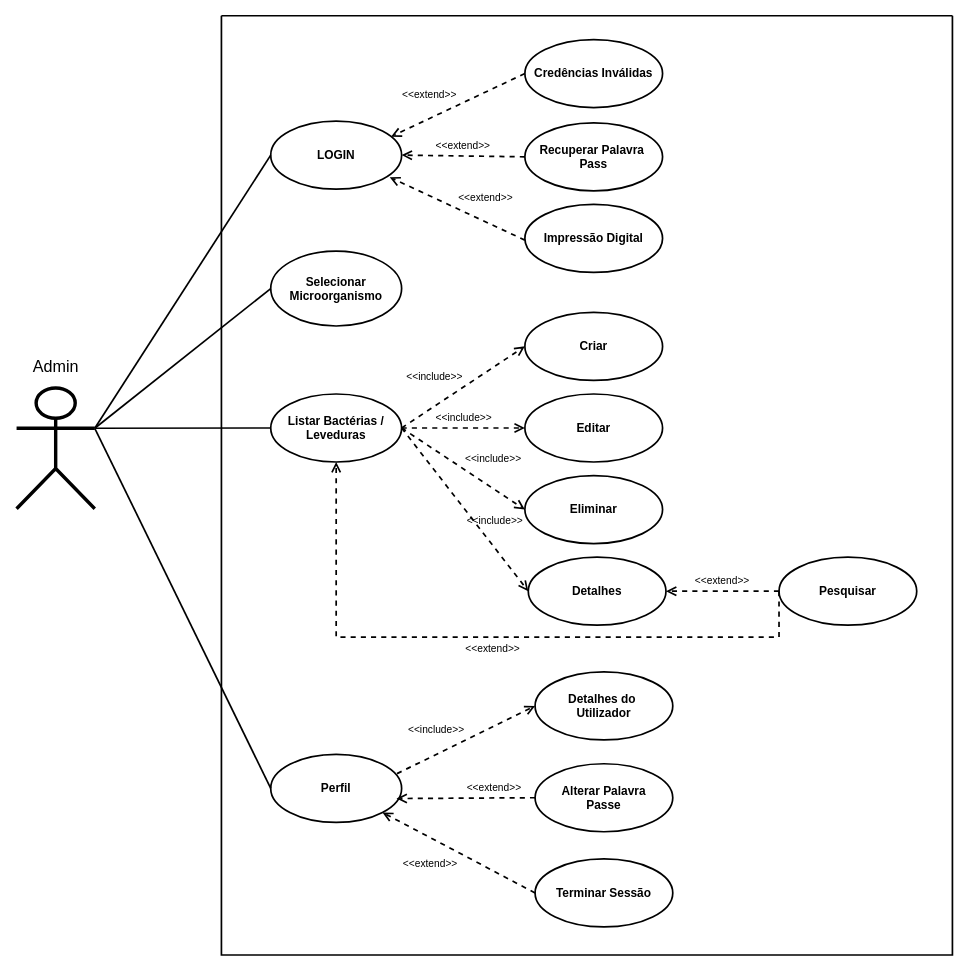
The draw.io diagram AdminUseCase.drawio in CarvalhoDaStreet/Diagrams, before the edit. Source tidied: cells renumbered, new cells numbered last; positions are measured from the earlier drawing's top-left corner, leaving out a move shared by most shapes. Both pictures are drawn from the tidied source at 85%, with x=0, y=0 at pixel (16, 15).
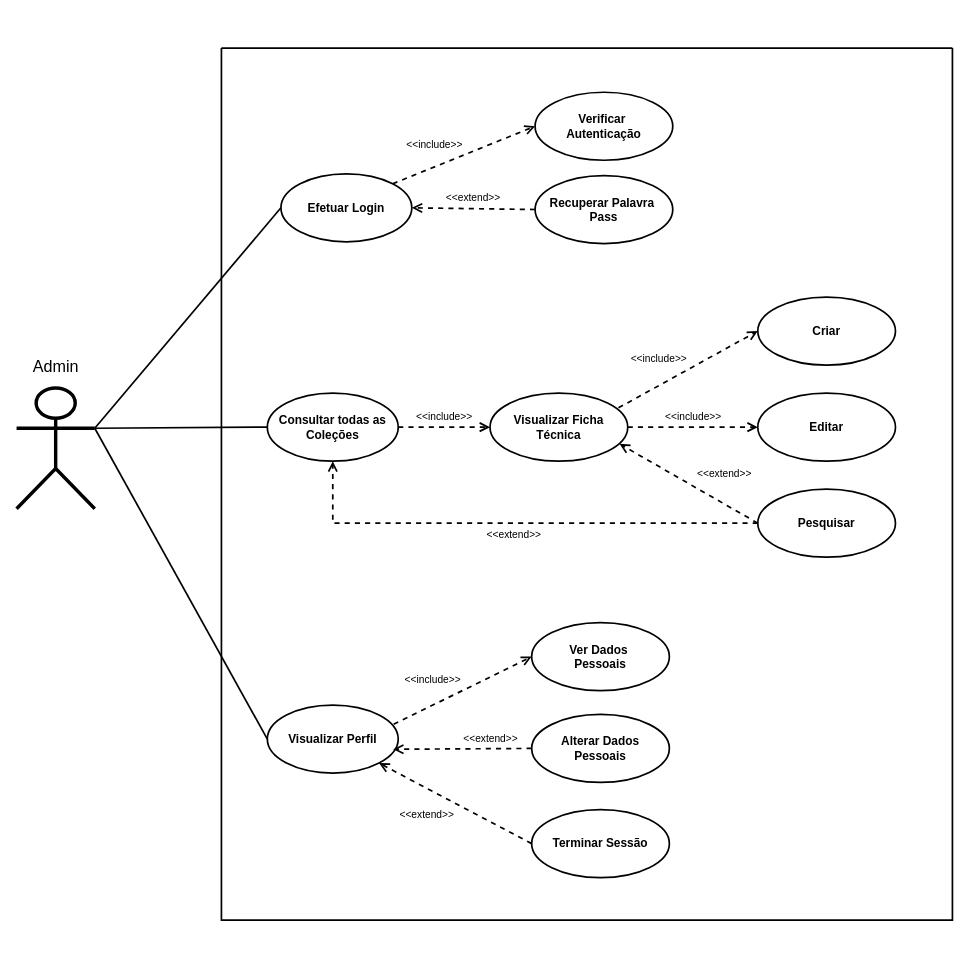
The same page after the edit.

The change refers to these unchanged cells:
```xml
<mxCell id="30" value="&lt;div&gt;&lt;br&gt;&lt;/div&gt;Admin" style="shape=umlActor;verticalLabelPosition=top;verticalAlign=bottom;html=1;outlineConnect=0;strokeWidth=4;labelPosition=center;align=center;spacingTop=3;spacingBottom=4;fontSize=19;fontStyle=0;spacing=8;perimeterSpacing=0;labelBackgroundColor=none;labelBorderColor=none;fillColor=none;" parent="1" vertex="1">
  <mxGeometry y="438" width="92" height="142" as="geometry" />
</mxCell>
```

The edit, as a diff of the source:
```diff
@@
     <mxCell id="2" style="swimlane;startSize=0;strokeWidth=2;rounded=1;swimlaneLine=0;fillColor=none;labelBackgroundColor=none;perimeterSpacing=2;" parent="1" vertex="1">
-      <mxGeometry x="241" width="860" height="1105" as="geometry" />
+      <mxGeometry x="241" y="38" width="860" height="1026" as="geometry" />
     </mxCell>
-    <mxCell id="3" value="LOGIN" style="ellipse;whiteSpace=wrap;html=1;fillColor=none;strokeWidth=2;fontSize=14;fontStyle=1;labelBackgroundColor=none;" parent="2" vertex="1">
-      <mxGeometry x="58" y="124" width="154" height="80" as="geometry" />
+    <mxCell id="3" value="Efetuar Login" style="ellipse;whiteSpace=wrap;html=1;fillColor=none;strokeWidth=2;fontSize=14;fontStyle=1;labelBackgroundColor=none;" parent="2" vertex="1">
+      <mxGeometry x="70" y="148" width="154" height="80" as="geometry" />
     </mxCell>
-    <mxCell id="4" value="Selecionar Microorganismo" style="ellipse;whiteSpace=wrap;fillColor=none;strokeWidth=2;fontSize=14;fontStyle=1;html=1;align=center;labelBackgroundColor=none;" parent="2" vertex="1">
-      <mxGeometry x="58" y="277" width="154" height="88" as="geometry" />
-    </mxCell>
-    <mxCell id="5" value="Listar Bactérias / Leveduras" style="ellipse;whiteSpace=wrap;html=1;fillColor=none;strokeWidth=2;fontSize=14;fontStyle=1;labelBackgroundColor=none;" parent="2" vertex="1">
-      <mxGeometry x="58" y="445" width="154" height="80" as="geometry" />
+    <mxCell id="5" value="Consultar todas as&lt;div&gt;Coleções&lt;/div&gt;" style="ellipse;whiteSpace=wrap;html=1;fillColor=none;strokeWidth=2;fontSize=14;fontStyle=1;labelBackgroundColor=none;" parent="2" vertex="1">
+      <mxGeometry x="54" y="406" width="154" height="80" as="geometry" />
     </mxCell>
-    <mxCell id="6" value="Perfil" style="ellipse;whiteSpace=wrap;html=1;fillColor=none;strokeWidth=2;fontSize=14;fontStyle=1;labelBackgroundColor=none;" parent="2" vertex="1">
-      <mxGeometry x="58" y="869" width="154" height="80" as="geometry" />
+    <mxCell id="6" value="Visualizar Perfil" style="ellipse;whiteSpace=wrap;html=1;fillColor=none;strokeWidth=2;fontSize=14;fontStyle=1;labelBackgroundColor=none;" parent="2" vertex="1">
+      <mxGeometry x="54" y="773" width="154" height="80" as="geometry" />
     </mxCell>
-    <mxCell id="7" value="Credências Inválidas" style="ellipse;whiteSpace=wrap;html=1;fillColor=none;strokeWidth=2;fontSize=14;fontStyle=1;labelBackgroundColor=none;" parent="2" vertex="1">
-      <mxGeometry x="357" y="28" width="162" height="80" as="geometry" />
+    <mxCell id="7" value="Verificar&amp;nbsp;&lt;div&gt;Autenticação&lt;/div&gt;" style="ellipse;whiteSpace=wrap;html=1;fillColor=none;strokeWidth=2;fontSize=14;fontStyle=1;labelBackgroundColor=none;" parent="2" vertex="1">
+      <mxGeometry x="369" y="52" width="162" height="80" as="geometry" />
     </mxCell>
-    <mxCell id="8" value="&amp;lt;&amp;lt;extend&amp;gt;&amp;gt;" style="endArrow=open;startArrow=none;endFill=0;startFill=0;endSize=8;html=1;verticalAlign=bottom;dashed=1;labelBackgroundColor=none;rounded=0;strokeWidth=2;exitX=0;exitY=0.5;exitDx=0;exitDy=0;entryX=0.919;entryY=0.228;entryDx=0;entryDy=0;fontColor=default;spacingBottom=3;labelPosition=left;verticalLabelPosition=top;align=right;entryPerimeter=0;fontSize=12;" parent="2" edge="1" source="7" target="3">
-      <mxGeometry relative="1" as="geometry" />
-    </mxCell>
     <mxCell id="9" value="Recuperar Palavra&amp;nbsp;&lt;div&gt;Pass&lt;/div&gt;" style="ellipse;whiteSpace=wrap;html=1;fillColor=none;strokeWidth=2;fontSize=14;fontStyle=1;labelBackgroundColor=none;" parent="2" vertex="1">
-      <mxGeometry x="357" y="126" width="162" height="80" as="geometry" />
+      <mxGeometry x="369" y="150" width="162" height="80" as="geometry" />
     </mxCell>
@@
-    <mxCell id="11" value="Impressão Digital" style="ellipse;whiteSpace=wrap;html=1;fillColor=none;strokeWidth=2;fontSize=14;fontStyle=1;labelBackgroundColor=none;" parent="2" vertex="1">
-      <mxGeometry x="357" y="222" width="162" height="80" as="geometry" />
-    </mxCell>
-    <mxCell id="12" value="&amp;lt;&amp;lt;extend&amp;gt;&amp;gt;" style="endArrow=open;startArrow=none;endFill=0;startFill=0;endSize=8;html=1;verticalAlign=bottom;dashed=1;labelBackgroundColor=none;rounded=0;strokeWidth=2;exitX=0;exitY=0.5;exitDx=0;exitDy=0;entryX=0.909;entryY=0.825;entryDx=0;entryDy=0;fontColor=default;spacingBottom=3;entryPerimeter=0;labelPosition=right;verticalLabelPosition=top;align=left;fontSize=12;" parent="2" edge="1" target="3">
-      <mxGeometry relative="1" as="geometry">
-        <mxPoint x="357" y="264" as="sourcePoint" />
-      </mxGeometry>
-    </mxCell>
     <mxCell id="13" value="Criar" style="ellipse;whiteSpace=wrap;html=1;fillColor=none;strokeWidth=2;fontSize=14;fontStyle=1;labelBackgroundColor=none;" parent="2" vertex="1">
-      <mxGeometry x="357" y="349" width="162" height="80" as="geometry" />
+      <mxGeometry x="631" y="293" width="162" height="80" as="geometry" />
     </mxCell>
-    <mxCell id="14" value="&amp;lt;&amp;lt;include&amp;gt;&amp;gt;" style="endArrow=open;startArrow=none;endFill=0;startFill=0;endSize=8;html=1;verticalAlign=bottom;dashed=1;labelBackgroundColor=none;rounded=0;strokeWidth=2;fontColor=default;spacingBottom=3;labelPosition=left;verticalLabelPosition=top;align=right;exitX=1;exitY=0.5;exitDx=0;exitDy=0;entryX=0;entryY=0.5;entryDx=0;entryDy=0;fontSize=12;" parent="2" edge="1" source="5" target="13">
+    <mxCell id="14" value="&amp;lt;&amp;lt;include&amp;gt;&amp;gt;" style="endArrow=open;startArrow=none;endFill=0;startFill=0;endSize=8;html=1;verticalAlign=bottom;dashed=1;labelBackgroundColor=none;rounded=0;strokeWidth=2;fontColor=default;spacingBottom=3;labelPosition=left;verticalLabelPosition=top;align=right;exitX=0.933;exitY=0.216;exitDx=0;exitDy=0;entryX=0;entryY=0.5;entryDx=0;entryDy=0;fontSize=12;exitPerimeter=0;" parent="2" edge="1" source="19" target="13">
       <mxGeometry relative="1" as="geometry" />
     </mxCell>
     <mxCell id="15" value="Editar" style="ellipse;whiteSpace=wrap;html=1;fillColor=none;strokeWidth=2;fontSize=14;fontStyle=1;labelBackgroundColor=none;" parent="2" vertex="1">
-      <mxGeometry x="357" y="445" width="162" height="80" as="geometry" />
+      <mxGeometry x="631" y="406" width="162" height="80" as="geometry" />
     </mxCell>
-    <mxCell id="16" value="&amp;lt;&amp;lt;include&amp;gt;&amp;gt;" style="endArrow=open;startArrow=none;endFill=0;startFill=0;endSize=8;html=1;verticalAlign=bottom;dashed=1;labelBackgroundColor=none;rounded=0;strokeWidth=2;fontColor=default;spacingBottom=3;labelPosition=center;verticalLabelPosition=top;align=center;entryX=0;entryY=0.5;entryDx=0;entryDy=0;fontSize=12;" parent="2" edge="1" source="5" target="15">
+    <mxCell id="16" value="&amp;lt;&amp;lt;include&amp;gt;&amp;gt;" style="endArrow=open;startArrow=none;endFill=0;startFill=0;endSize=8;html=1;verticalAlign=bottom;dashed=1;labelBackgroundColor=none;rounded=0;strokeWidth=2;fontColor=default;spacingBottom=3;labelPosition=center;verticalLabelPosition=top;align=center;entryX=0;entryY=0.5;entryDx=0;entryDy=0;fontSize=12;exitX=1;exitY=0.5;exitDx=0;exitDy=0;" parent="2" edge="1" source="19" target="15">
       <mxGeometry relative="1" as="geometry" />
     </mxCell>
-    <mxCell id="17" value="Eliminar" style="ellipse;whiteSpace=wrap;html=1;fillColor=none;strokeWidth=2;fontSize=14;fontStyle=1;labelBackgroundColor=none;" parent="2" vertex="1">
-      <mxGeometry x="357" y="541" width="162" height="80" as="geometry" />
-    </mxCell>
-    <mxCell id="18" value="&amp;lt;&amp;lt;include&amp;gt;&amp;gt;" style="endArrow=open;startArrow=none;endFill=0;startFill=0;endSize=8;html=1;verticalAlign=bottom;dashed=1;labelBackgroundColor=none;rounded=0;strokeWidth=2;fontColor=default;spacingBottom=3;labelPosition=right;verticalLabelPosition=top;align=left;exitX=1;exitY=0.5;exitDx=0;exitDy=0;entryX=0;entryY=0.5;entryDx=0;entryDy=0;fontSize=12;" parent="2" edge="1" source="5" target="17">
-      <mxGeometry relative="1" as="geometry" />
-    </mxCell>
-    <mxCell id="19" value="Detalhes" style="ellipse;whiteSpace=wrap;html=1;fillColor=none;strokeWidth=2;fontSize=14;fontStyle=1;labelBackgroundColor=none;" parent="2" vertex="1">
-      <mxGeometry x="361" y="637" width="162" height="80" as="geometry" />
+    <mxCell id="19" value="&lt;div&gt;Visualizar Ficha&lt;/div&gt;&lt;div&gt;Técnica&lt;/div&gt;" style="ellipse;whiteSpace=wrap;html=1;fillColor=none;strokeWidth=2;fontSize=14;fontStyle=1;labelBackgroundColor=none;" parent="2" vertex="1">
+      <mxGeometry x="316" y="406" width="162" height="80" as="geometry" />
     </mxCell>
-    <mxCell id="20" value="&amp;lt;&amp;lt;include&amp;gt;&amp;gt;" style="endArrow=open;startArrow=none;endFill=0;startFill=0;endSize=8;html=1;verticalAlign=top;dashed=1;labelBackgroundColor=none;rounded=0;strokeWidth=2;fontColor=default;spacingBottom=3;labelPosition=right;verticalLabelPosition=bottom;align=left;exitX=1;exitY=0.5;exitDx=0;exitDy=0;entryX=0;entryY=0.5;entryDx=0;entryDy=0;fontSize=12;" parent="2" edge="1" source="5" target="19">
+    <mxCell id="20" value="&amp;lt;&amp;lt;include&amp;gt;&amp;gt;" style="endArrow=open;startArrow=none;endFill=0;startFill=0;endSize=8;html=1;verticalAlign=bottom;dashed=1;labelBackgroundColor=none;rounded=0;strokeWidth=2;fontColor=default;spacingBottom=3;labelPosition=center;verticalLabelPosition=top;align=center;exitX=1;exitY=0.5;exitDx=0;exitDy=0;entryX=0;entryY=0.5;entryDx=0;entryDy=0;fontSize=12;" parent="2" edge="1" source="5" target="19">
       <mxGeometry relative="1" as="geometry" />
     </mxCell>
     <mxCell id="21" value="Pesquisar" style="ellipse;whiteSpace=wrap;html=1;fillColor=none;strokeWidth=2;fontSize=14;fontStyle=1;labelBackgroundColor=none;" parent="2" vertex="1">
-      <mxGeometry x="656" y="637" width="162" height="80" as="geometry" />
+      <mxGeometry x="631" y="519" width="162" height="80" as="geometry" />
     </mxCell>
     <mxCell id="22" value="&amp;lt;&amp;lt;extend&amp;gt;&amp;gt;" style="endArrow=open;startArrow=none;endFill=0;startFill=0;endSize=8;html=1;verticalAlign=top;dashed=1;labelBackgroundColor=none;rounded=0;strokeWidth=2;exitX=0;exitY=0.5;exitDx=0;exitDy=0;fontColor=default;spacingBottom=3;labelPosition=center;verticalLabelPosition=bottom;align=center;edgeStyle=orthogonalEdgeStyle;fontSize=12;entryX=0.5;entryY=1;entryDx=0;entryDy=0;" parent="2" edge="1" source="21" target="5">
-      <mxGeometry relative="1" as="geometry">
-        <Array as="points">
-          <mxPoint x="656" y="731" />
-          <mxPoint x="135" y="731" />
-        </Array>
-      </mxGeometry>
+      <mxGeometry relative="1" as="geometry" />
     </mxCell>
-    <mxCell id="23" value="&amp;lt;&amp;lt;extend&amp;gt;&amp;gt;" style="endArrow=open;startArrow=none;endFill=0;startFill=0;endSize=8;html=1;verticalAlign=bottom;dashed=1;labelBackgroundColor=none;rounded=0;strokeWidth=2;exitX=0;exitY=0.5;exitDx=0;exitDy=0;entryX=1;entryY=0.5;entryDx=0;entryDy=0;fontColor=default;spacingBottom=3;labelPosition=center;verticalLabelPosition=top;align=center;fontSize=12;" parent="2" edge="1" source="21" target="19">
+    <mxCell id="23" value="&amp;lt;&amp;lt;extend&amp;gt;&amp;gt;" style="endArrow=open;startArrow=none;endFill=0;startFill=0;endSize=8;html=1;verticalAlign=middle;dashed=1;labelBackgroundColor=none;rounded=0;strokeWidth=2;exitX=0;exitY=0.5;exitDx=0;exitDy=0;entryX=0.94;entryY=0.746;entryDx=0;entryDy=0;fontColor=default;spacingBottom=22;labelPosition=right;verticalLabelPosition=middle;align=left;fontSize=12;entryPerimeter=0;spacingRight=10;spacingLeft=9;" parent="2" edge="1" source="21" target="19">
       <mxGeometry relative="1" as="geometry" />
     </mxCell>
-    <mxCell id="24" value="Detalhes do&amp;nbsp;&lt;div&gt;Utilizador&lt;/div&gt;" style="ellipse;whiteSpace=wrap;html=1;fillColor=none;strokeWidth=2;fontSize=14;fontStyle=1;labelBackgroundColor=none;" parent="2" vertex="1">
-      <mxGeometry x="369" y="772" width="162" height="80" as="geometry" />
+    <mxCell id="24" value="Ver Dados&amp;nbsp;&lt;div&gt;Pessoais&lt;/div&gt;" style="ellipse;whiteSpace=wrap;html=1;fillColor=none;strokeWidth=2;fontSize=14;fontStyle=1;labelBackgroundColor=none;" parent="2" vertex="1">
+      <mxGeometry x="365" y="676" width="162" height="80" as="geometry" />
     </mxCell>
@@
-    <mxCell id="26" value="Alterar Palavra&lt;div&gt;Passe&lt;/div&gt;" style="ellipse;whiteSpace=wrap;html=1;fillColor=none;strokeWidth=2;fontSize=14;fontStyle=1;labelBackgroundColor=none;" parent="2" vertex="1">
-      <mxGeometry x="369" y="880" width="162" height="80" as="geometry" />
+    <mxCell id="26" value="Alterar Dados&lt;div&gt;Pessoais&lt;/div&gt;" style="ellipse;whiteSpace=wrap;html=1;fillColor=none;strokeWidth=2;fontSize=14;fontStyle=1;labelBackgroundColor=none;" parent="2" vertex="1">
+      <mxGeometry x="365" y="784" width="162" height="80" as="geometry" />
     </mxCell>
@@
     <mxCell id="28" value="Terminar Sessão" style="ellipse;whiteSpace=wrap;html=1;fillColor=none;strokeWidth=2;fontSize=14;fontStyle=1;labelBackgroundColor=none;" parent="2" vertex="1">
-      <mxGeometry x="369" y="992" width="162" height="80" as="geometry" />
+      <mxGeometry x="365" y="896" width="162" height="80" as="geometry" />
     </mxCell>
@@
+    <mxCell id="18" value="&amp;lt;&amp;lt;include&amp;gt;&amp;gt;" style="endArrow=open;startArrow=none;endFill=0;startFill=0;endSize=8;html=1;verticalAlign=bottom;dashed=1;labelBackgroundColor=none;rounded=0;strokeWidth=2;exitX=1;exitY=0;exitDx=0;exitDy=0;fontColor=default;spacingBottom=3;labelPosition=left;verticalLabelPosition=top;align=right;fontSize=12;entryX=0;entryY=0.5;entryDx=0;entryDy=0;" parent="2" edge="1" source="3" target="7">
+      <mxGeometry relative="1" as="geometry" />
+    </mxCell>
@@
-    <mxCell id="31" style="endArrow=none;html=1;rounded=0;entryX=0;entryY=0.5;entryDx=0;entryDy=0;fontColor=default;strokeWidth=2;exitX=1;exitY=0.3333333333333333;exitDx=0;exitDy=0;exitPerimeter=0;labelBackgroundColor=none;" parent="1" edge="1" source="30" target="4">
-      <mxGeometry relative="1" as="geometry" />
-    </mxCell>
```
